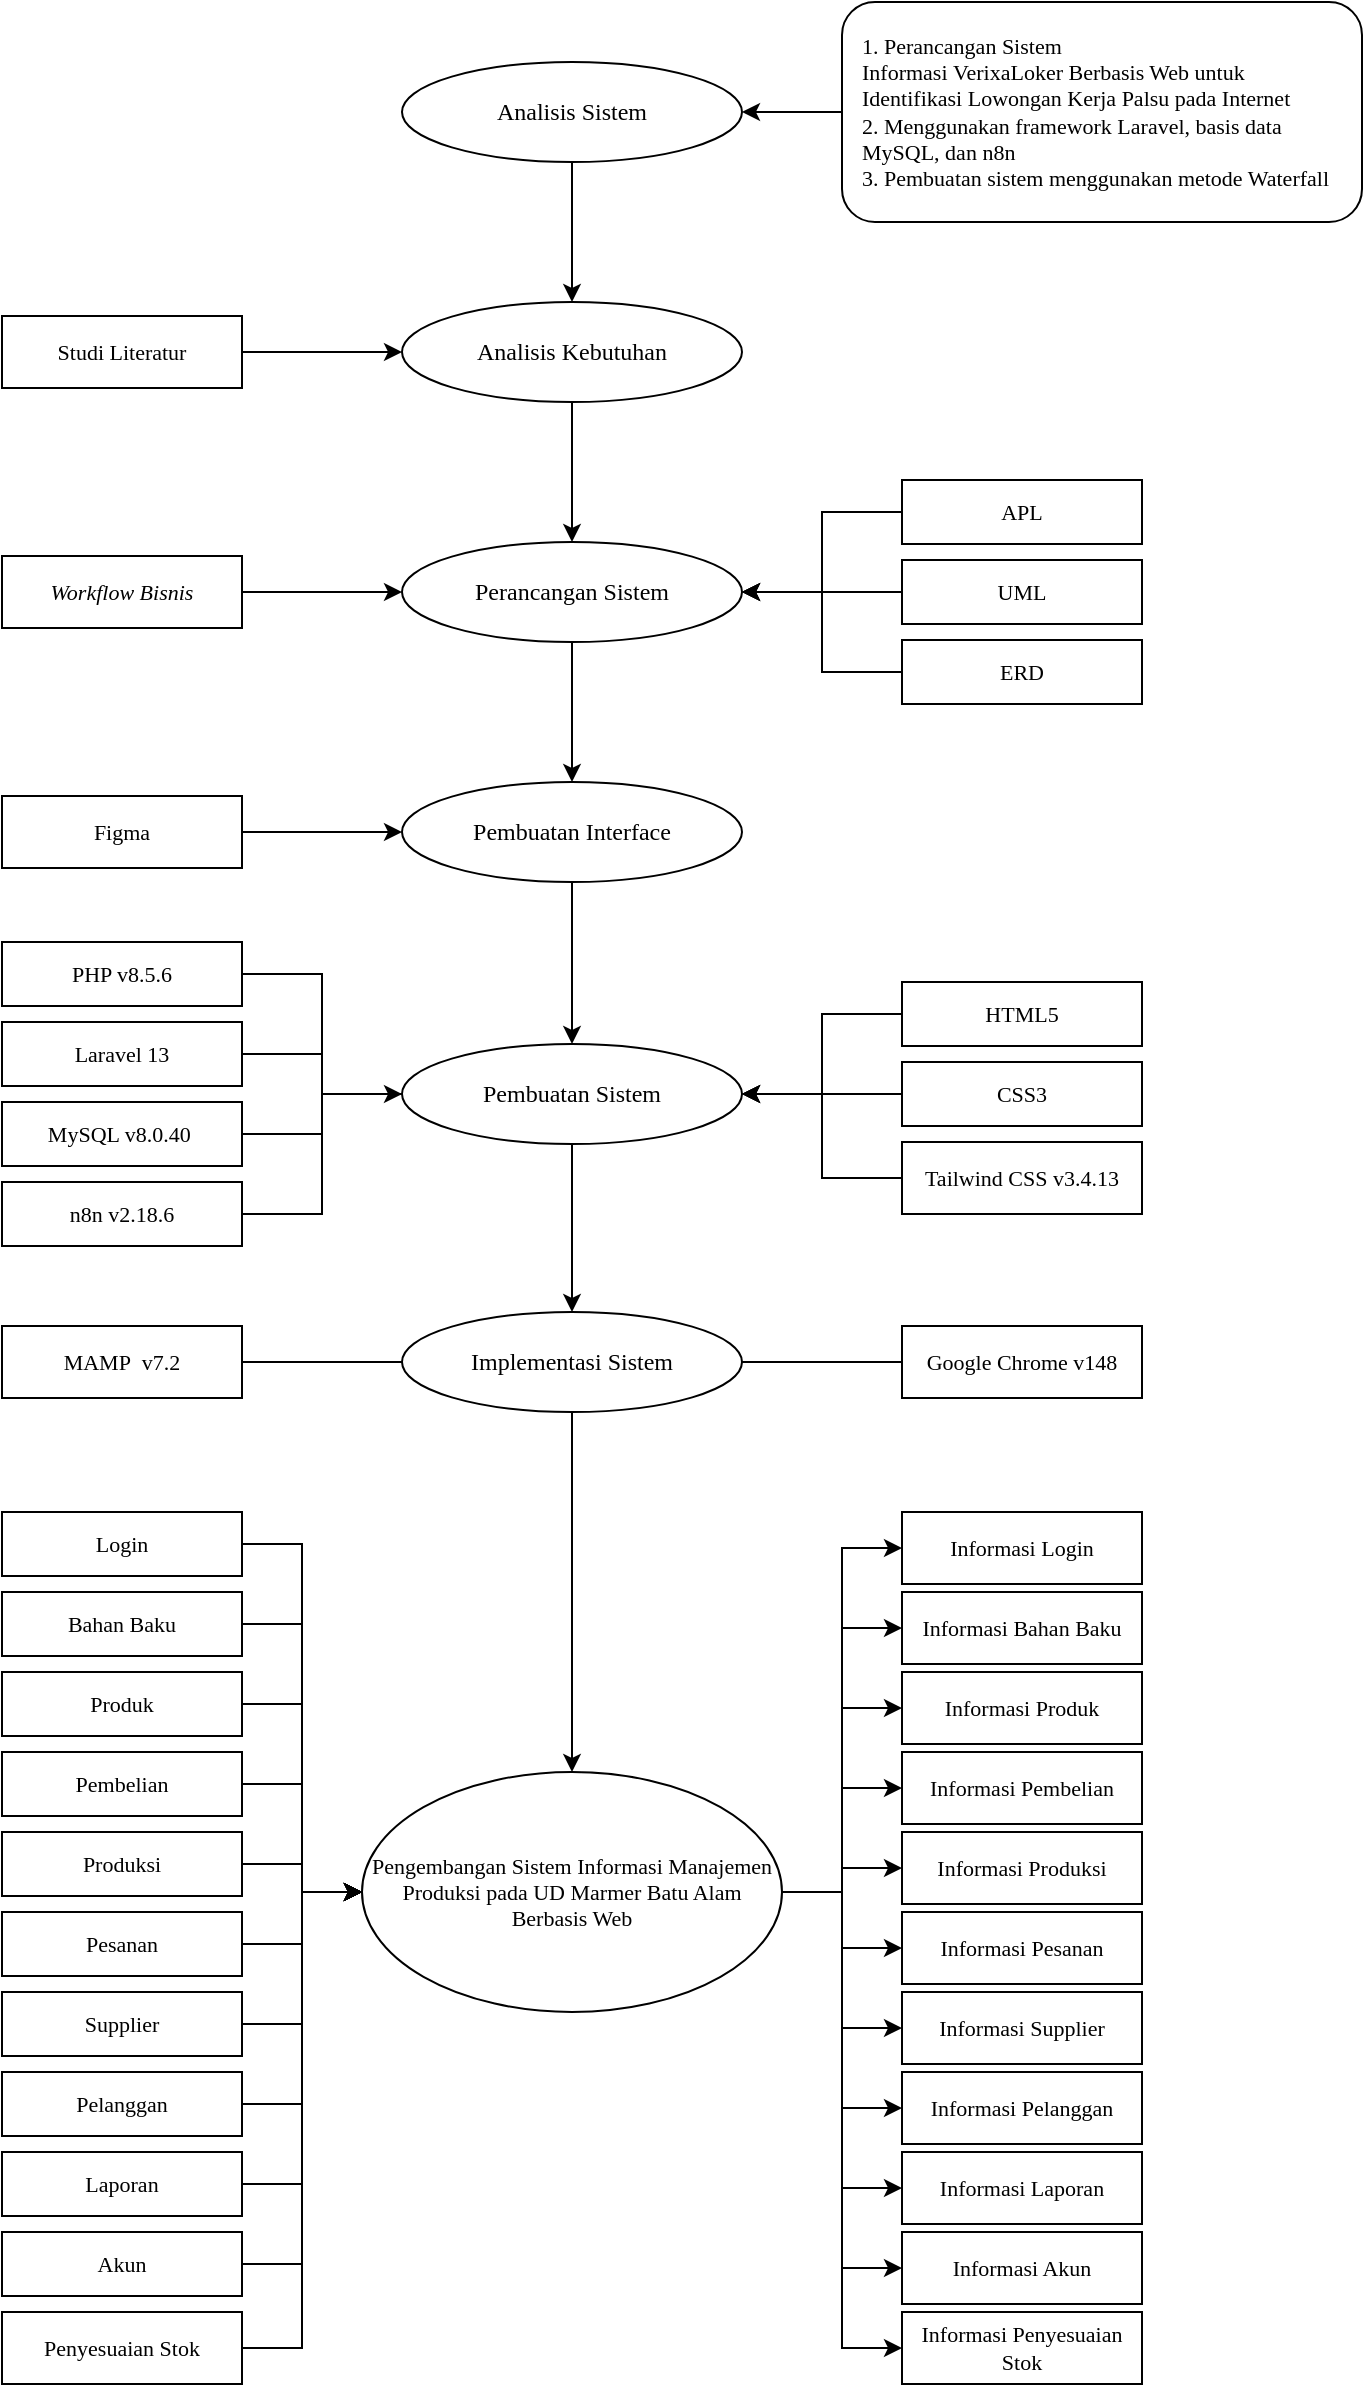
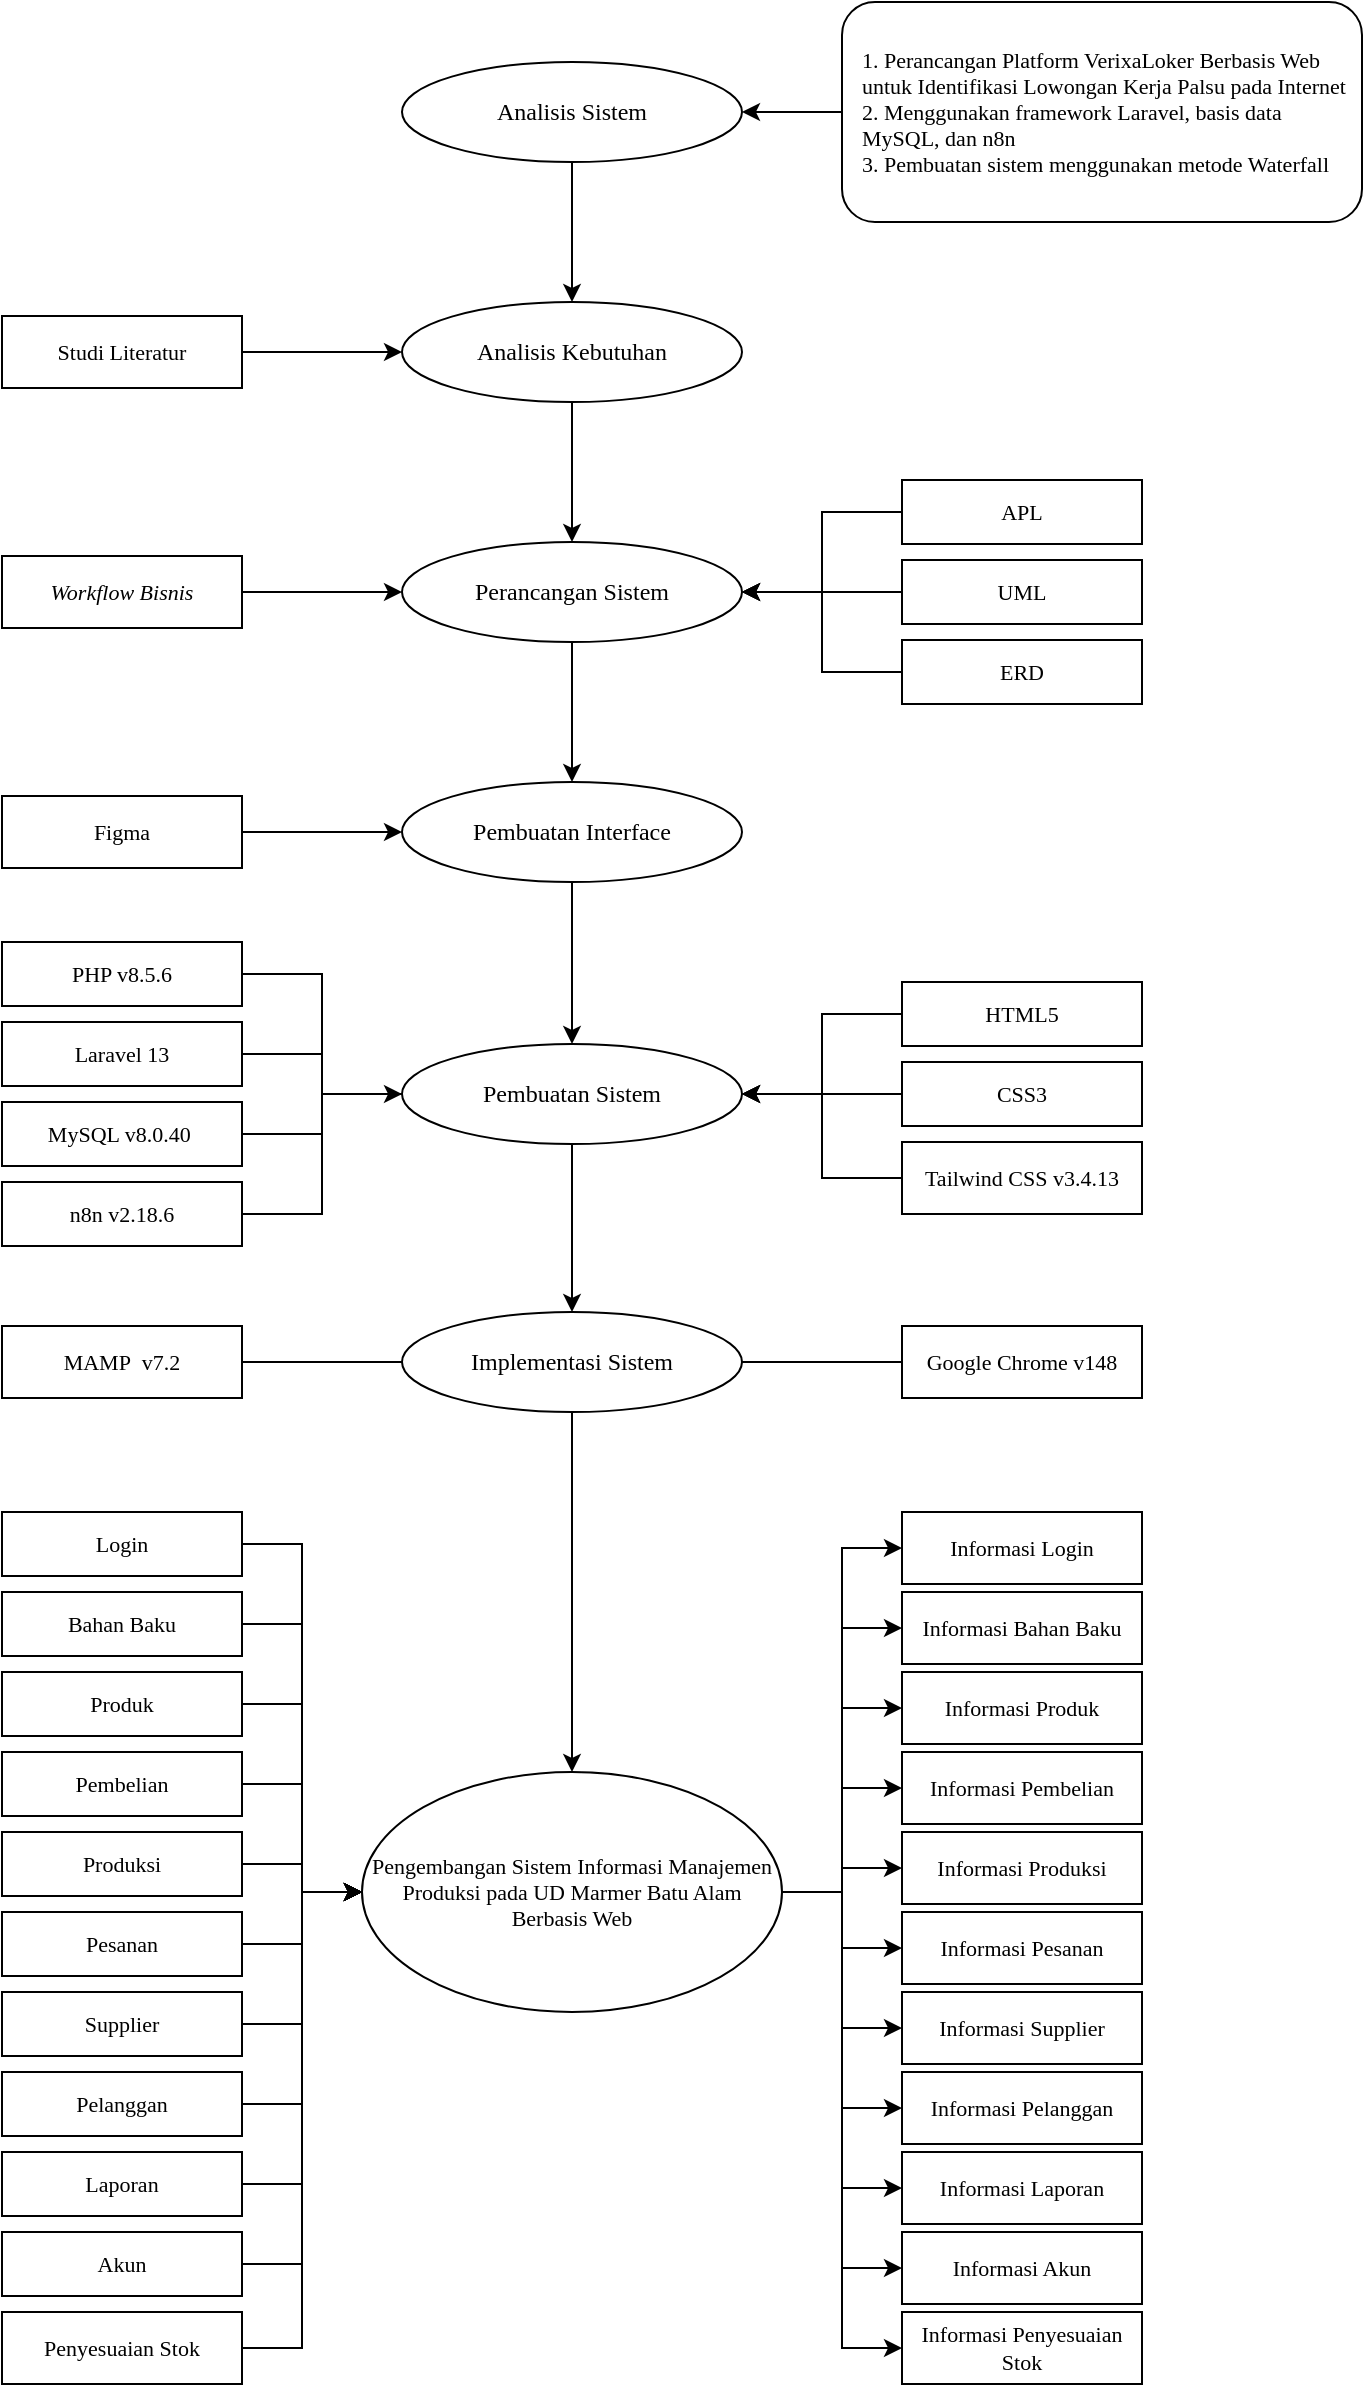
<mxfile host="app.diagrams.net">
  <diagram name="Page-1" id="yfmV3Sks-nrF4BvnnPUG">
    <mxGraphModel dx="876" dy="478" grid="1" gridSize="10" guides="1" tooltips="1" connect="1" arrows="1" fold="1" page="1" pageScale="1" pageWidth="827" pageHeight="1169" math="0" shadow="0">
      <root>
        <mxCell id="0" />
        <mxCell id="1" parent="0" />
        <mxCell id="fTyH0j3n_jQUCsVNDcWE-1" parent="1" style="ellipse;whiteSpace=wrap;html=1;fillColor=#ffffff;strokeColor=#000000;fontFamily=Times New Roman;fontSize=12;" value="Analisis Sistem" vertex="1">
          <mxGeometry height="50" width="170" x="580" y="110" as="geometry" />
        </mxCell>
        <mxCell id="fTyH0j3n_jQUCsVNDcWE-2" parent="1" style="ellipse;whiteSpace=wrap;html=1;fillColor=#ffffff;strokeColor=#000000;fontFamily=Times New Roman;fontSize=12;" value="Analisis Kebutuhan" vertex="1">
          <mxGeometry height="50" width="170" x="580" y="230" as="geometry" />
        </mxCell>
        <mxCell id="fTyH0j3n_jQUCsVNDcWE-3" parent="1" style="ellipse;whiteSpace=wrap;html=1;fillColor=#ffffff;strokeColor=#000000;fontFamily=Times New Roman;fontSize=12;" value="Perancangan Sistem" vertex="1">
          <mxGeometry height="50" width="170" x="580" y="350" as="geometry" />
        </mxCell>
        <mxCell id="fTyH0j3n_jQUCsVNDcWE-4" parent="1" style="ellipse;whiteSpace=wrap;html=1;fillColor=#ffffff;strokeColor=#000000;fontFamily=Times New Roman;fontSize=12;" value="Pembuatan Interface" vertex="1">
          <mxGeometry height="50" width="170" x="580" y="470" as="geometry" />
        </mxCell>
        <mxCell id="fTyH0j3n_jQUCsVNDcWE-5" parent="1" style="ellipse;whiteSpace=wrap;html=1;fillColor=#ffffff;strokeColor=#000000;fontFamily=Times New Roman;fontSize=12;" value="Pembuatan Sistem" vertex="1">
          <mxGeometry height="50" width="170" x="580" y="601" as="geometry" />
        </mxCell>
        <mxCell id="fTyH0j3n_jQUCsVNDcWE-6" parent="1" style="ellipse;whiteSpace=wrap;html=1;fillColor=#ffffff;strokeColor=#000000;fontFamily=Times New Roman;fontSize=12;" value="Implementasi Sistem" vertex="1">
          <mxGeometry height="50" width="170" x="580" y="735" as="geometry" />
        </mxCell>
        <mxCell id="fTyH0j3n_jQUCsVNDcWE-7" parent="1" style="ellipse;whiteSpace=wrap;html=1;fillColor=#ffffff;strokeColor=#000000;fontFamily=Times New Roman;fontSize=11;" value="Pengembangan Sistem Informasi Manajemen Produksi pada UD Marmer Batu Alam Berbasis Web" vertex="1">
          <mxGeometry height="120" width="210" x="560" y="965" as="geometry" />
        </mxCell>
        <mxCell id="fTyH0j3n_jQUCsVNDcWE-8" edge="1" parent="1" source="fTyH0j3n_jQUCsVNDcWE-1" style="endArrow=classic;html=1;rounded=0;exitX=0.5;exitY=1;entryX=0.5;entryY=0;" target="fTyH0j3n_jQUCsVNDcWE-2">
          <mxGeometry relative="1" as="geometry" />
        </mxCell>
        <mxCell id="fTyH0j3n_jQUCsVNDcWE-9" edge="1" parent="1" source="fTyH0j3n_jQUCsVNDcWE-2" style="endArrow=classic;html=1;rounded=0;exitX=0.5;exitY=1;entryX=0.5;entryY=0;" target="fTyH0j3n_jQUCsVNDcWE-3">
          <mxGeometry relative="1" as="geometry" />
        </mxCell>
        <mxCell id="fTyH0j3n_jQUCsVNDcWE-10" edge="1" parent="1" source="fTyH0j3n_jQUCsVNDcWE-3" style="endArrow=classic;html=1;rounded=0;exitX=0.5;exitY=1;entryX=0.5;entryY=0;" target="fTyH0j3n_jQUCsVNDcWE-4">
          <mxGeometry relative="1" as="geometry" />
        </mxCell>
        <mxCell id="fTyH0j3n_jQUCsVNDcWE-11" edge="1" parent="1" source="fTyH0j3n_jQUCsVNDcWE-4" style="endArrow=classic;html=1;rounded=0;exitX=0.5;exitY=1;entryX=0.5;entryY=0;" target="fTyH0j3n_jQUCsVNDcWE-5">
          <mxGeometry relative="1" as="geometry" />
        </mxCell>
        <mxCell id="fTyH0j3n_jQUCsVNDcWE-12" edge="1" parent="1" source="fTyH0j3n_jQUCsVNDcWE-5" style="endArrow=classic;html=1;rounded=0;exitX=0.5;exitY=1;entryX=0.5;entryY=0;" target="fTyH0j3n_jQUCsVNDcWE-6">
          <mxGeometry relative="1" as="geometry" />
        </mxCell>
        <mxCell id="fTyH0j3n_jQUCsVNDcWE-13" edge="1" parent="1" source="fTyH0j3n_jQUCsVNDcWE-6" style="endArrow=classic;html=1;rounded=0;exitX=0.5;exitY=1;entryX=0.5;entryY=0;" target="fTyH0j3n_jQUCsVNDcWE-7">
          <mxGeometry relative="1" as="geometry" />
        </mxCell>
-         <mxCell id="fTyH0j3n_jQUCsVNDcWE-14" parent="1" style="rounded=1;whiteSpace=wrap;html=1;fillColor=#ffffff;strokeColor=#000000;fontFamily=Times New Roman;fontSize=11;align=left;verticalAlign=middle;spacingLeft=8;spacingRight=8;" value="1. Perancangan Sistem Informasi&amp;nbsp;VerixaLoker&amp;nbsp;Berbasis Web&amp;nbsp;untuk Identifikasi Lowongan Kerja Palsu pada Internet&lt;br&gt;2. Menggunakan framework Laravel, basis data MySQL, dan n8n&lt;br&gt;3. Pembuatan sistem menggunakan metode Waterfall" vertex="1">
+         <mxCell id="fTyH0j3n_jQUCsVNDcWE-14" parent="1" style="rounded=1;whiteSpace=wrap;html=1;fillColor=#ffffff;strokeColor=#000000;fontFamily=Times New Roman;fontSize=11;align=left;verticalAlign=middle;spacingLeft=8;spacingRight=8;" value="1. Perancangan Platform VerixaLoker Berbasis Web untuk Identifikasi Lowongan Kerja Palsu pada Internet&lt;br&gt;2. Menggunakan framework Laravel, basis data MySQL, dan n8n&lt;br&gt;3. Pembuatan sistem menggunakan metode Waterfall" vertex="1">
          <mxGeometry height="110" width="260" x="800" y="80" as="geometry" />
        </mxCell>
        <mxCell id="fTyH0j3n_jQUCsVNDcWE-15" edge="1" parent="1" source="fTyH0j3n_jQUCsVNDcWE-1" style="endArrow=none;html=1;rounded=0;exitX=1;exitY=0.5;entryX=0;entryY=0.5;startArrow=classic;startFill=1;" target="fTyH0j3n_jQUCsVNDcWE-14">
          <mxGeometry relative="1" as="geometry" />
        </mxCell>
        <mxCell id="fTyH0j3n_jQUCsVNDcWE-16" parent="1" style="rounded=0;whiteSpace=wrap;html=1;fillColor=#ffffff;strokeColor=#000000;fontFamily=Times New Roman;fontSize=11;" value="Studi Literatur" vertex="1">
          <mxGeometry height="36" width="120" x="380" y="237" as="geometry" />
        </mxCell>
        <mxCell id="fTyH0j3n_jQUCsVNDcWE-19" edge="1" parent="1" source="fTyH0j3n_jQUCsVNDcWE-16" style="endArrow=classic;html=1;exitX=1;exitY=0.5;entryX=0;entryY=0.5;endFill=1;" target="fTyH0j3n_jQUCsVNDcWE-2">
          <mxGeometry relative="1" as="geometry" />
        </mxCell>
        <mxCell id="fTyH0j3n_jQUCsVNDcWE-22" parent="1" style="rounded=0;whiteSpace=wrap;html=1;fillColor=#ffffff;strokeColor=#000000;fontFamily=Times New Roman;fontSize=11;fontStyle=2" value="Workflow Bisnis" vertex="1">
          <mxGeometry height="36" width="120" x="380" y="357" as="geometry" />
        </mxCell>
        <mxCell id="fTyH0j3n_jQUCsVNDcWE-23" parent="1" style="rounded=0;whiteSpace=wrap;html=1;fillColor=#ffffff;strokeColor=#000000;fontFamily=Times New Roman;fontSize=11;" value="APL" vertex="1">
          <mxGeometry height="32" width="120" x="830" y="319" as="geometry" />
        </mxCell>
        <mxCell id="fTyH0j3n_jQUCsVNDcWE-24" parent="1" style="rounded=0;whiteSpace=wrap;html=1;fillColor=#ffffff;strokeColor=#000000;fontFamily=Times New Roman;fontSize=11;" value="UML" vertex="1">
          <mxGeometry height="32" width="120" x="830" y="359" as="geometry" />
        </mxCell>
        <mxCell id="fTyH0j3n_jQUCsVNDcWE-25" parent="1" style="rounded=0;whiteSpace=wrap;html=1;fillColor=#ffffff;strokeColor=#000000;fontFamily=Times New Roman;fontSize=11;" value="ERD" vertex="1">
          <mxGeometry height="32" width="120" x="830" y="399" as="geometry" />
        </mxCell>
        <mxCell id="fTyH0j3n_jQUCsVNDcWE-26" edge="1" parent="1" source="fTyH0j3n_jQUCsVNDcWE-22" style="endArrow=classic;html=1;exitX=1;exitY=0.5;entryX=0;entryY=0.5;endFill=1;" target="fTyH0j3n_jQUCsVNDcWE-3">
          <mxGeometry relative="1" as="geometry" />
        </mxCell>
        <mxCell id="fTyH0j3n_jQUCsVNDcWE-27" edge="1" parent="1" source="fTyH0j3n_jQUCsVNDcWE-3" style="endArrow=none;html=1;exitX=1;exitY=0.5;entryX=0;entryY=0.5;startArrow=classic;startFill=1;edgeStyle=orthogonalEdgeStyle;rounded=0;curved=0;" target="fTyH0j3n_jQUCsVNDcWE-23">
          <mxGeometry relative="1" as="geometry" />
        </mxCell>
        <mxCell id="fTyH0j3n_jQUCsVNDcWE-28" edge="1" parent="1" source="fTyH0j3n_jQUCsVNDcWE-3" style="endArrow=none;html=1;exitX=1;exitY=0.5;entryX=0;entryY=0.5;startArrow=classic;startFill=1;edgeStyle=orthogonalEdgeStyle;rounded=0;curved=0;" target="fTyH0j3n_jQUCsVNDcWE-24">
          <mxGeometry relative="1" as="geometry" />
        </mxCell>
        <mxCell id="fTyH0j3n_jQUCsVNDcWE-29" edge="1" parent="1" source="fTyH0j3n_jQUCsVNDcWE-3" style="endArrow=none;html=1;exitX=1;exitY=0.5;entryX=0;entryY=0.5;startArrow=classic;startFill=1;edgeStyle=orthogonalEdgeStyle;rounded=0;curved=0;" target="fTyH0j3n_jQUCsVNDcWE-25">
          <mxGeometry relative="1" as="geometry" />
        </mxCell>
        <mxCell id="fTyH0j3n_jQUCsVNDcWE-30" parent="1" style="rounded=0;whiteSpace=wrap;html=1;fillColor=#ffffff;strokeColor=#000000;fontFamily=Times New Roman;fontSize=11;" value="Figma" vertex="1">
          <mxGeometry height="36" width="120" x="380" y="477" as="geometry" />
        </mxCell>
        <mxCell id="fTyH0j3n_jQUCsVNDcWE-31" edge="1" parent="1" source="fTyH0j3n_jQUCsVNDcWE-30" style="endArrow=classic;html=1;exitX=1;exitY=0.5;entryX=0;entryY=0.5;endFill=1;" target="fTyH0j3n_jQUCsVNDcWE-4">
          <mxGeometry relative="1" as="geometry" />
        </mxCell>
        <mxCell id="fTyH0j3n_jQUCsVNDcWE-32" parent="1" style="rounded=0;whiteSpace=wrap;html=1;fillColor=#ffffff;strokeColor=#000000;fontFamily=Times New Roman;fontSize=11;" value="PHP v8.5.6" vertex="1">
          <mxGeometry height="32" width="120" x="380" y="550" as="geometry" />
        </mxCell>
        <mxCell id="fTyH0j3n_jQUCsVNDcWE-33" parent="1" style="rounded=0;whiteSpace=wrap;html=1;fillColor=#ffffff;strokeColor=#000000;fontFamily=Times New Roman;fontSize=11;" value="Laravel 13" vertex="1">
          <mxGeometry height="32" width="120" x="380" y="590" as="geometry" />
        </mxCell>
        <mxCell id="fTyH0j3n_jQUCsVNDcWE-34" parent="1" style="rounded=0;whiteSpace=wrap;html=1;fillColor=#ffffff;strokeColor=#000000;fontFamily=Times New Roman;fontSize=11;" value="MySQL v8.0.40&amp;nbsp;" vertex="1">
          <mxGeometry height="32" width="120" x="380" y="630" as="geometry" />
        </mxCell>
        <mxCell id="fTyH0j3n_jQUCsVNDcWE-35" parent="1" style="rounded=0;whiteSpace=wrap;html=1;fillColor=#ffffff;strokeColor=#000000;fontFamily=Times New Roman;fontSize=11;" value="HTML5" vertex="1">
          <mxGeometry height="32" width="120" x="830" y="570" as="geometry" />
        </mxCell>
        <mxCell id="fTyH0j3n_jQUCsVNDcWE-36" parent="1" style="rounded=0;whiteSpace=wrap;html=1;fillColor=#ffffff;strokeColor=#000000;fontFamily=Times New Roman;fontSize=11;" value="CSS3" vertex="1">
          <mxGeometry height="32" width="120" x="830" y="610" as="geometry" />
        </mxCell>
        <mxCell id="fTyH0j3n_jQUCsVNDcWE-37" parent="1" style="rounded=0;whiteSpace=wrap;html=1;fillColor=#ffffff;strokeColor=#000000;fontFamily=Times New Roman;fontSize=11;" value="Tailwind CSS v3.4.13" vertex="1">
          <mxGeometry height="36" width="120" x="830" y="650" as="geometry" />
        </mxCell>
        <mxCell id="fTyH0j3n_jQUCsVNDcWE-38" edge="1" parent="1" source="fTyH0j3n_jQUCsVNDcWE-32" style="endArrow=none;html=1;exitX=1;exitY=0.5;entryX=0;entryY=0.5;edgeStyle=orthogonalEdgeStyle;rounded=0;curved=0;" target="fTyH0j3n_jQUCsVNDcWE-5">
          <mxGeometry relative="1" as="geometry" />
        </mxCell>
        <mxCell id="fTyH0j3n_jQUCsVNDcWE-39" edge="1" parent="1" source="fTyH0j3n_jQUCsVNDcWE-33" style="endArrow=none;html=1;exitX=1;exitY=0.5;entryX=0;entryY=0.5;edgeStyle=orthogonalEdgeStyle;rounded=0;curved=0;" target="fTyH0j3n_jQUCsVNDcWE-5">
          <mxGeometry relative="1" as="geometry" />
        </mxCell>
        <mxCell id="fTyH0j3n_jQUCsVNDcWE-40" edge="1" parent="1" source="fTyH0j3n_jQUCsVNDcWE-34" style="endArrow=none;html=1;exitX=1;exitY=0.5;entryX=0;entryY=0.5;edgeStyle=orthogonalEdgeStyle;rounded=0;curved=0;" target="fTyH0j3n_jQUCsVNDcWE-5">
          <mxGeometry relative="1" as="geometry" />
        </mxCell>
        <mxCell id="fTyH0j3n_jQUCsVNDcWE-41" edge="1" parent="1" source="fTyH0j3n_jQUCsVNDcWE-5" style="endArrow=none;html=1;exitX=1;exitY=0.5;entryX=0;entryY=0.5;edgeStyle=orthogonalEdgeStyle;rounded=0;curved=0;startArrow=classic;startFill=1;" target="fTyH0j3n_jQUCsVNDcWE-35">
          <mxGeometry relative="1" as="geometry" />
        </mxCell>
        <mxCell id="fTyH0j3n_jQUCsVNDcWE-42" edge="1" parent="1" source="fTyH0j3n_jQUCsVNDcWE-5" style="endArrow=none;html=1;exitX=1;exitY=0.5;entryX=0;entryY=0.5;edgeStyle=orthogonalEdgeStyle;rounded=0;curved=0;startArrow=classic;startFill=1;" target="fTyH0j3n_jQUCsVNDcWE-36">
          <mxGeometry relative="1" as="geometry" />
        </mxCell>
        <mxCell id="fTyH0j3n_jQUCsVNDcWE-43" edge="1" parent="1" source="fTyH0j3n_jQUCsVNDcWE-5" style="endArrow=none;html=1;exitX=1;exitY=0.5;entryX=0;entryY=0.5;edgeStyle=orthogonalEdgeStyle;rounded=0;curved=0;startArrow=classic;startFill=1;" target="fTyH0j3n_jQUCsVNDcWE-37">
          <mxGeometry relative="1" as="geometry" />
        </mxCell>
        <mxCell id="fTyH0j3n_jQUCsVNDcWE-44" parent="1" style="rounded=0;whiteSpace=wrap;html=1;fillColor=#ffffff;strokeColor=#000000;fontFamily=Times New Roman;fontSize=11;" value="MAMP&amp;nbsp; v7.2" vertex="1">
          <mxGeometry height="36" width="120" x="380" y="742" as="geometry" />
        </mxCell>
        <mxCell id="fTyH0j3n_jQUCsVNDcWE-45" parent="1" style="rounded=0;whiteSpace=wrap;html=1;fillColor=#ffffff;strokeColor=#000000;fontFamily=Times New Roman;fontSize=11;" value="Google Chrome v148" vertex="1">
          <mxGeometry height="36" width="120" x="830" y="742" as="geometry" />
        </mxCell>
        <mxCell id="fTyH0j3n_jQUCsVNDcWE-46" edge="1" parent="1" source="fTyH0j3n_jQUCsVNDcWE-44" style="endArrow=none;html=1;exitX=1;exitY=0.5;entryX=0;entryY=0.5;" target="fTyH0j3n_jQUCsVNDcWE-6">
          <mxGeometry relative="1" as="geometry" />
        </mxCell>
        <mxCell id="fTyH0j3n_jQUCsVNDcWE-47" edge="1" parent="1" source="fTyH0j3n_jQUCsVNDcWE-6" style="endArrow=none;html=1;exitX=1;exitY=0.5;entryX=0;entryY=0.5;" target="fTyH0j3n_jQUCsVNDcWE-45">
          <mxGeometry relative="1" as="geometry" />
        </mxCell>
        <mxCell id="fTyH0j3n_jQUCsVNDcWE-48" parent="1" style="rounded=0;whiteSpace=wrap;html=1;fillColor=#ffffff;strokeColor=#000000;fontFamily=Times New Roman;fontSize=11;" value="Login" vertex="1">
          <mxGeometry height="32" width="120" x="380" y="835" as="geometry" />
        </mxCell>
        <mxCell id="fTyH0j3n_jQUCsVNDcWE-49" parent="1" style="rounded=0;whiteSpace=wrap;html=1;fillColor=#ffffff;strokeColor=#000000;fontFamily=Times New Roman;fontSize=11;" value="Bahan Baku" vertex="1">
          <mxGeometry height="32" width="120" x="380" y="875" as="geometry" />
        </mxCell>
        <mxCell id="fTyH0j3n_jQUCsVNDcWE-50" parent="1" style="rounded=0;whiteSpace=wrap;html=1;fillColor=#ffffff;strokeColor=#000000;fontFamily=Times New Roman;fontSize=11;" value="Produk" vertex="1">
          <mxGeometry height="32" width="120" x="380" y="915" as="geometry" />
        </mxCell>
        <mxCell id="fTyH0j3n_jQUCsVNDcWE-51" parent="1" style="rounded=0;whiteSpace=wrap;html=1;fillColor=#ffffff;strokeColor=#000000;fontFamily=Times New Roman;fontSize=11;" value="Pembelian" vertex="1">
          <mxGeometry height="32" width="120" x="380" y="955" as="geometry" />
        </mxCell>
        <mxCell id="fTyH0j3n_jQUCsVNDcWE-52" parent="1" style="rounded=0;whiteSpace=wrap;html=1;fillColor=#ffffff;strokeColor=#000000;fontFamily=Times New Roman;fontSize=11;" value="Produksi" vertex="1">
          <mxGeometry height="32" width="120" x="380" y="995" as="geometry" />
        </mxCell>
        <mxCell id="fTyH0j3n_jQUCsVNDcWE-53" parent="1" style="rounded=0;whiteSpace=wrap;html=1;fillColor=#ffffff;strokeColor=#000000;fontFamily=Times New Roman;fontSize=11;" value="Pesanan" vertex="1">
          <mxGeometry height="32" width="120" x="380" y="1035" as="geometry" />
        </mxCell>
        <mxCell id="fTyH0j3n_jQUCsVNDcWE-54" parent="1" style="rounded=0;whiteSpace=wrap;html=1;fillColor=#ffffff;strokeColor=#000000;fontFamily=Times New Roman;fontSize=11;" value="Supplier" vertex="1">
          <mxGeometry height="32" width="120" x="380" y="1075" as="geometry" />
        </mxCell>
        <mxCell id="fTyH0j3n_jQUCsVNDcWE-55" parent="1" style="rounded=0;whiteSpace=wrap;html=1;fillColor=#ffffff;strokeColor=#000000;fontFamily=Times New Roman;fontSize=11;" value="Pelanggan" vertex="1">
          <mxGeometry height="32" width="120" x="380" y="1115" as="geometry" />
        </mxCell>
        <mxCell id="fTyH0j3n_jQUCsVNDcWE-56" parent="1" style="rounded=0;whiteSpace=wrap;html=1;fillColor=#ffffff;strokeColor=#000000;fontFamily=Times New Roman;fontSize=11;" value="Laporan" vertex="1">
          <mxGeometry height="32" width="120" x="380" y="1155" as="geometry" />
        </mxCell>
        <mxCell id="fTyH0j3n_jQUCsVNDcWE-57" parent="1" style="rounded=0;whiteSpace=wrap;html=1;fillColor=#ffffff;strokeColor=#000000;fontFamily=Times New Roman;fontSize=11;" value="Akun" vertex="1">
          <mxGeometry height="32" width="120" x="380" y="1195" as="geometry" />
        </mxCell>
        <mxCell id="fTyH0j3n_jQUCsVNDcWE-58" parent="1" style="rounded=0;whiteSpace=wrap;html=1;fillColor=#ffffff;strokeColor=#000000;fontFamily=Times New Roman;fontSize=11;" value="Penyesuaian Stok" vertex="1">
          <mxGeometry height="36" width="120" x="380" y="1235" as="geometry" />
        </mxCell>
        <mxCell id="fTyH0j3n_jQUCsVNDcWE-59" edge="1" parent="1" source="fTyH0j3n_jQUCsVNDcWE-48" style="endArrow=classic;html=1;exitX=1;exitY=0.5;entryX=0;entryY=0.5;edgeStyle=orthogonalEdgeStyle;rounded=0;curved=0;endFill=1;" target="fTyH0j3n_jQUCsVNDcWE-7">
          <mxGeometry relative="1" as="geometry" />
        </mxCell>
        <mxCell id="fTyH0j3n_jQUCsVNDcWE-60" edge="1" parent="1" source="fTyH0j3n_jQUCsVNDcWE-49" style="endArrow=classic;html=1;exitX=1;exitY=0.5;entryX=0;entryY=0.5;edgeStyle=orthogonalEdgeStyle;rounded=0;curved=0;endFill=1;" target="fTyH0j3n_jQUCsVNDcWE-7">
          <mxGeometry relative="1" as="geometry" />
        </mxCell>
        <mxCell id="fTyH0j3n_jQUCsVNDcWE-61" edge="1" parent="1" source="fTyH0j3n_jQUCsVNDcWE-50" style="endArrow=classic;html=1;exitX=1;exitY=0.5;entryX=0;entryY=0.5;edgeStyle=orthogonalEdgeStyle;rounded=0;curved=0;endFill=1;" target="fTyH0j3n_jQUCsVNDcWE-7">
          <mxGeometry relative="1" as="geometry" />
        </mxCell>
        <mxCell id="fTyH0j3n_jQUCsVNDcWE-62" edge="1" parent="1" source="fTyH0j3n_jQUCsVNDcWE-51" style="endArrow=none;html=1;exitX=1;exitY=0.5;entryX=0;entryY=0.5;edgeStyle=orthogonalEdgeStyle;rounded=0;curved=0;" target="fTyH0j3n_jQUCsVNDcWE-7">
          <mxGeometry relative="1" as="geometry" />
        </mxCell>
        <mxCell id="fTyH0j3n_jQUCsVNDcWE-63" edge="1" parent="1" source="fTyH0j3n_jQUCsVNDcWE-52" style="endArrow=classic;html=1;exitX=1;exitY=0.5;entryX=0;entryY=0.5;edgeStyle=orthogonalEdgeStyle;rounded=0;curved=0;endFill=1;" target="fTyH0j3n_jQUCsVNDcWE-7">
          <mxGeometry relative="1" as="geometry" />
        </mxCell>
        <mxCell id="fTyH0j3n_jQUCsVNDcWE-64" edge="1" parent="1" source="fTyH0j3n_jQUCsVNDcWE-53" style="endArrow=classic;html=1;exitX=1;exitY=0.5;entryX=0;entryY=0.5;edgeStyle=orthogonalEdgeStyle;rounded=0;curved=0;endFill=1;" target="fTyH0j3n_jQUCsVNDcWE-7">
          <mxGeometry relative="1" as="geometry" />
        </mxCell>
        <mxCell id="fTyH0j3n_jQUCsVNDcWE-65" edge="1" parent="1" source="fTyH0j3n_jQUCsVNDcWE-54" style="endArrow=classic;html=1;exitX=1;exitY=0.5;entryX=0;entryY=0.5;edgeStyle=orthogonalEdgeStyle;rounded=0;curved=0;endFill=1;" target="fTyH0j3n_jQUCsVNDcWE-7">
          <mxGeometry relative="1" as="geometry" />
        </mxCell>
        <mxCell id="fTyH0j3n_jQUCsVNDcWE-66" edge="1" parent="1" source="fTyH0j3n_jQUCsVNDcWE-55" style="endArrow=classic;html=1;exitX=1;exitY=0.5;entryX=0;entryY=0.5;edgeStyle=orthogonalEdgeStyle;rounded=0;curved=0;endFill=1;" target="fTyH0j3n_jQUCsVNDcWE-7">
          <mxGeometry relative="1" as="geometry" />
        </mxCell>
        <mxCell id="fTyH0j3n_jQUCsVNDcWE-67" edge="1" parent="1" source="fTyH0j3n_jQUCsVNDcWE-56" style="endArrow=classic;html=1;exitX=1;exitY=0.5;entryX=0;entryY=0.5;edgeStyle=orthogonalEdgeStyle;rounded=0;curved=0;endFill=1;" target="fTyH0j3n_jQUCsVNDcWE-7">
          <mxGeometry relative="1" as="geometry" />
        </mxCell>
        <mxCell id="fTyH0j3n_jQUCsVNDcWE-68" edge="1" parent="1" source="fTyH0j3n_jQUCsVNDcWE-57" style="endArrow=classic;html=1;exitX=1;exitY=0.5;entryX=0;entryY=0.5;edgeStyle=orthogonalEdgeStyle;rounded=0;curved=0;endFill=1;" target="fTyH0j3n_jQUCsVNDcWE-7">
          <mxGeometry relative="1" as="geometry" />
        </mxCell>
        <mxCell id="fTyH0j3n_jQUCsVNDcWE-69" edge="1" parent="1" source="fTyH0j3n_jQUCsVNDcWE-58" style="endArrow=classic;html=1;exitX=1;exitY=0.5;entryX=0;entryY=0.5;edgeStyle=orthogonalEdgeStyle;rounded=0;curved=0;endFill=1;" target="fTyH0j3n_jQUCsVNDcWE-7">
          <mxGeometry relative="1" as="geometry" />
        </mxCell>
        <mxCell id="fTyH0j3n_jQUCsVNDcWE-70" parent="1" style="rounded=0;whiteSpace=wrap;html=1;fillColor=#ffffff;strokeColor=#000000;fontFamily=Times New Roman;fontSize=11;" value="Informasi Login" vertex="1">
          <mxGeometry height="36" width="120" x="830" y="835" as="geometry" />
        </mxCell>
        <mxCell id="fTyH0j3n_jQUCsVNDcWE-71" parent="1" style="rounded=0;whiteSpace=wrap;html=1;fillColor=#ffffff;strokeColor=#000000;fontFamily=Times New Roman;fontSize=11;" value="Informasi Bahan Baku" vertex="1">
          <mxGeometry height="36" width="120" x="830" y="875" as="geometry" />
        </mxCell>
        <mxCell id="fTyH0j3n_jQUCsVNDcWE-72" parent="1" style="rounded=0;whiteSpace=wrap;html=1;fillColor=#ffffff;strokeColor=#000000;fontFamily=Times New Roman;fontSize=11;" value="Informasi Produk" vertex="1">
          <mxGeometry height="36" width="120" x="830" y="915" as="geometry" />
        </mxCell>
        <mxCell id="fTyH0j3n_jQUCsVNDcWE-73" parent="1" style="rounded=0;whiteSpace=wrap;html=1;fillColor=#ffffff;strokeColor=#000000;fontFamily=Times New Roman;fontSize=11;" value="Informasi Pembelian" vertex="1">
          <mxGeometry height="36" width="120" x="830" y="955" as="geometry" />
        </mxCell>
        <mxCell id="fTyH0j3n_jQUCsVNDcWE-74" parent="1" style="rounded=0;whiteSpace=wrap;html=1;fillColor=#ffffff;strokeColor=#000000;fontFamily=Times New Roman;fontSize=11;" value="Informasi Produksi" vertex="1">
          <mxGeometry height="36" width="120" x="830" y="995" as="geometry" />
        </mxCell>
        <mxCell id="fTyH0j3n_jQUCsVNDcWE-75" parent="1" style="rounded=0;whiteSpace=wrap;html=1;fillColor=#ffffff;strokeColor=#000000;fontFamily=Times New Roman;fontSize=11;" value="Informasi Pesanan" vertex="1">
          <mxGeometry height="36" width="120" x="830" y="1035" as="geometry" />
        </mxCell>
        <mxCell id="fTyH0j3n_jQUCsVNDcWE-76" parent="1" style="rounded=0;whiteSpace=wrap;html=1;fillColor=#ffffff;strokeColor=#000000;fontFamily=Times New Roman;fontSize=11;" value="Informasi Supplier" vertex="1">
          <mxGeometry height="36" width="120" x="830" y="1075" as="geometry" />
        </mxCell>
        <mxCell id="fTyH0j3n_jQUCsVNDcWE-77" parent="1" style="rounded=0;whiteSpace=wrap;html=1;fillColor=#ffffff;strokeColor=#000000;fontFamily=Times New Roman;fontSize=11;" value="Informasi Pelanggan" vertex="1">
          <mxGeometry height="36" width="120" x="830" y="1115" as="geometry" />
        </mxCell>
        <mxCell id="fTyH0j3n_jQUCsVNDcWE-78" parent="1" style="rounded=0;whiteSpace=wrap;html=1;fillColor=#ffffff;strokeColor=#000000;fontFamily=Times New Roman;fontSize=11;" value="Informasi Laporan" vertex="1">
          <mxGeometry height="36" width="120" x="830" y="1155" as="geometry" />
        </mxCell>
        <mxCell id="fTyH0j3n_jQUCsVNDcWE-79" parent="1" style="rounded=0;whiteSpace=wrap;html=1;fillColor=#ffffff;strokeColor=#000000;fontFamily=Times New Roman;fontSize=11;" value="Informasi Akun" vertex="1">
          <mxGeometry height="36" width="120" x="830" y="1195" as="geometry" />
        </mxCell>
        <mxCell id="fTyH0j3n_jQUCsVNDcWE-80" parent="1" style="rounded=0;whiteSpace=wrap;html=1;fillColor=#ffffff;strokeColor=#000000;fontFamily=Times New Roman;fontSize=11;" value="Informasi Penyesuaian Stok" vertex="1">
          <mxGeometry height="36" width="120" x="830" y="1235" as="geometry" />
        </mxCell>
        <mxCell id="fTyH0j3n_jQUCsVNDcWE-81" edge="1" parent="1" source="fTyH0j3n_jQUCsVNDcWE-7" style="endArrow=classic;html=1;exitX=1;exitY=0.5;entryX=0;entryY=0.5;rounded=0;edgeStyle=orthogonalEdgeStyle;endFill=1;" target="fTyH0j3n_jQUCsVNDcWE-70">
          <mxGeometry relative="1" as="geometry" />
        </mxCell>
        <mxCell id="fTyH0j3n_jQUCsVNDcWE-82" edge="1" parent="1" source="fTyH0j3n_jQUCsVNDcWE-7" style="endArrow=classic;html=1;exitX=1;exitY=0.5;entryX=0;entryY=0.5;rounded=0;edgeStyle=orthogonalEdgeStyle;endFill=1;" target="fTyH0j3n_jQUCsVNDcWE-71">
          <mxGeometry relative="1" as="geometry" />
        </mxCell>
        <mxCell id="fTyH0j3n_jQUCsVNDcWE-83" edge="1" parent="1" source="fTyH0j3n_jQUCsVNDcWE-7" style="endArrow=classic;html=1;exitX=1;exitY=0.5;entryX=0;entryY=0.5;rounded=0;edgeStyle=orthogonalEdgeStyle;endFill=1;" target="fTyH0j3n_jQUCsVNDcWE-72">
          <mxGeometry relative="1" as="geometry" />
        </mxCell>
        <mxCell id="fTyH0j3n_jQUCsVNDcWE-84" edge="1" parent="1" source="fTyH0j3n_jQUCsVNDcWE-7" style="endArrow=classic;html=1;exitX=1;exitY=0.5;entryX=0;entryY=0.5;rounded=0;edgeStyle=orthogonalEdgeStyle;endFill=1;" target="fTyH0j3n_jQUCsVNDcWE-73">
          <mxGeometry relative="1" as="geometry" />
        </mxCell>
        <mxCell id="fTyH0j3n_jQUCsVNDcWE-85" edge="1" parent="1" source="fTyH0j3n_jQUCsVNDcWE-7" style="endArrow=classic;html=1;exitX=1;exitY=0.5;entryX=0;entryY=0.5;rounded=0;edgeStyle=orthogonalEdgeStyle;endFill=1;" target="fTyH0j3n_jQUCsVNDcWE-74">
          <mxGeometry relative="1" as="geometry" />
        </mxCell>
        <mxCell id="fTyH0j3n_jQUCsVNDcWE-86" edge="1" parent="1" source="fTyH0j3n_jQUCsVNDcWE-7" style="endArrow=classic;html=1;exitX=1;exitY=0.5;entryX=0;entryY=0.5;rounded=0;edgeStyle=orthogonalEdgeStyle;endFill=1;" target="fTyH0j3n_jQUCsVNDcWE-75">
          <mxGeometry relative="1" as="geometry" />
        </mxCell>
        <mxCell id="fTyH0j3n_jQUCsVNDcWE-87" edge="1" parent="1" source="fTyH0j3n_jQUCsVNDcWE-7" style="endArrow=classic;html=1;exitX=1;exitY=0.5;entryX=0;entryY=0.5;rounded=0;edgeStyle=orthogonalEdgeStyle;endFill=1;" target="fTyH0j3n_jQUCsVNDcWE-76">
          <mxGeometry relative="1" as="geometry" />
        </mxCell>
        <mxCell id="fTyH0j3n_jQUCsVNDcWE-88" edge="1" parent="1" source="fTyH0j3n_jQUCsVNDcWE-7" style="endArrow=classic;html=1;exitX=1;exitY=0.5;entryX=0;entryY=0.5;rounded=0;edgeStyle=orthogonalEdgeStyle;endFill=1;" target="fTyH0j3n_jQUCsVNDcWE-77">
          <mxGeometry relative="1" as="geometry" />
        </mxCell>
        <mxCell id="fTyH0j3n_jQUCsVNDcWE-89" edge="1" parent="1" source="fTyH0j3n_jQUCsVNDcWE-7" style="endArrow=classic;html=1;exitX=1;exitY=0.5;entryX=0;entryY=0.5;rounded=0;edgeStyle=orthogonalEdgeStyle;endFill=1;" target="fTyH0j3n_jQUCsVNDcWE-78">
          <mxGeometry relative="1" as="geometry" />
        </mxCell>
        <mxCell id="fTyH0j3n_jQUCsVNDcWE-90" edge="1" parent="1" source="fTyH0j3n_jQUCsVNDcWE-7" style="endArrow=classic;html=1;exitX=1;exitY=0.5;entryX=0;entryY=0.5;rounded=0;edgeStyle=orthogonalEdgeStyle;endFill=1;" target="fTyH0j3n_jQUCsVNDcWE-79">
          <mxGeometry relative="1" as="geometry" />
        </mxCell>
        <mxCell id="fTyH0j3n_jQUCsVNDcWE-91" edge="1" parent="1" source="fTyH0j3n_jQUCsVNDcWE-7" style="endArrow=classic;html=1;exitX=1;exitY=0.5;entryX=0;entryY=0.5;rounded=0;edgeStyle=orthogonalEdgeStyle;endFill=1;" target="fTyH0j3n_jQUCsVNDcWE-80">
          <mxGeometry relative="1" as="geometry" />
        </mxCell>
        <mxCell id="N9CpWy_333Ilmsceh_oc-2" edge="1" parent="1" source="N9CpWy_333Ilmsceh_oc-1" style="edgeStyle=orthogonalEdgeStyle;rounded=0;orthogonalLoop=1;jettySize=auto;html=1;exitX=1;exitY=0.5;exitDx=0;exitDy=0;entryX=0;entryY=0.5;entryDx=0;entryDy=0;" target="fTyH0j3n_jQUCsVNDcWE-5">
          <mxGeometry relative="1" as="geometry" />
        </mxCell>
        <mxCell id="N9CpWy_333Ilmsceh_oc-1" parent="1" style="rounded=0;whiteSpace=wrap;html=1;fillColor=#ffffff;strokeColor=#000000;fontFamily=Times New Roman;fontSize=11;" value="n8n v2.18.6" vertex="1">
          <mxGeometry height="32" width="120" x="380" y="670" as="geometry" />
        </mxCell>
      </root>
    </mxGraphModel>
  </diagram>
</mxfile>
